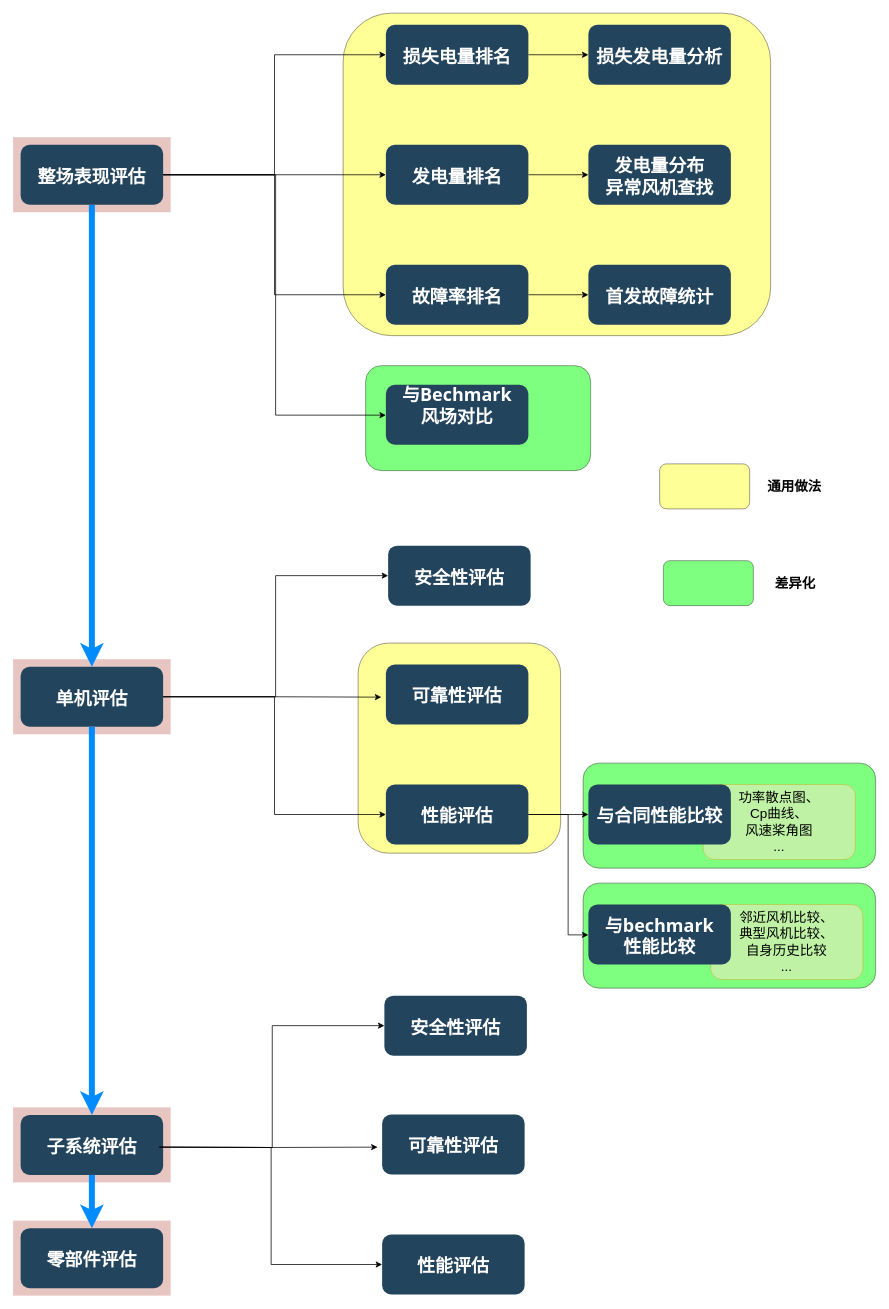
Above: soft/dataprocess/diagram/功能逻辑图.drawio in leeyongxin/wind (draw.io), before the change. Source tidied: cells renumbered, new cells numbered last; positions are measured from the earlier drawing's top-left corner, leaving out a move shared by most shapes. Both pictures are drawn from the tidied source at 75%, with x=0, y=0 at pixel (13, 13).
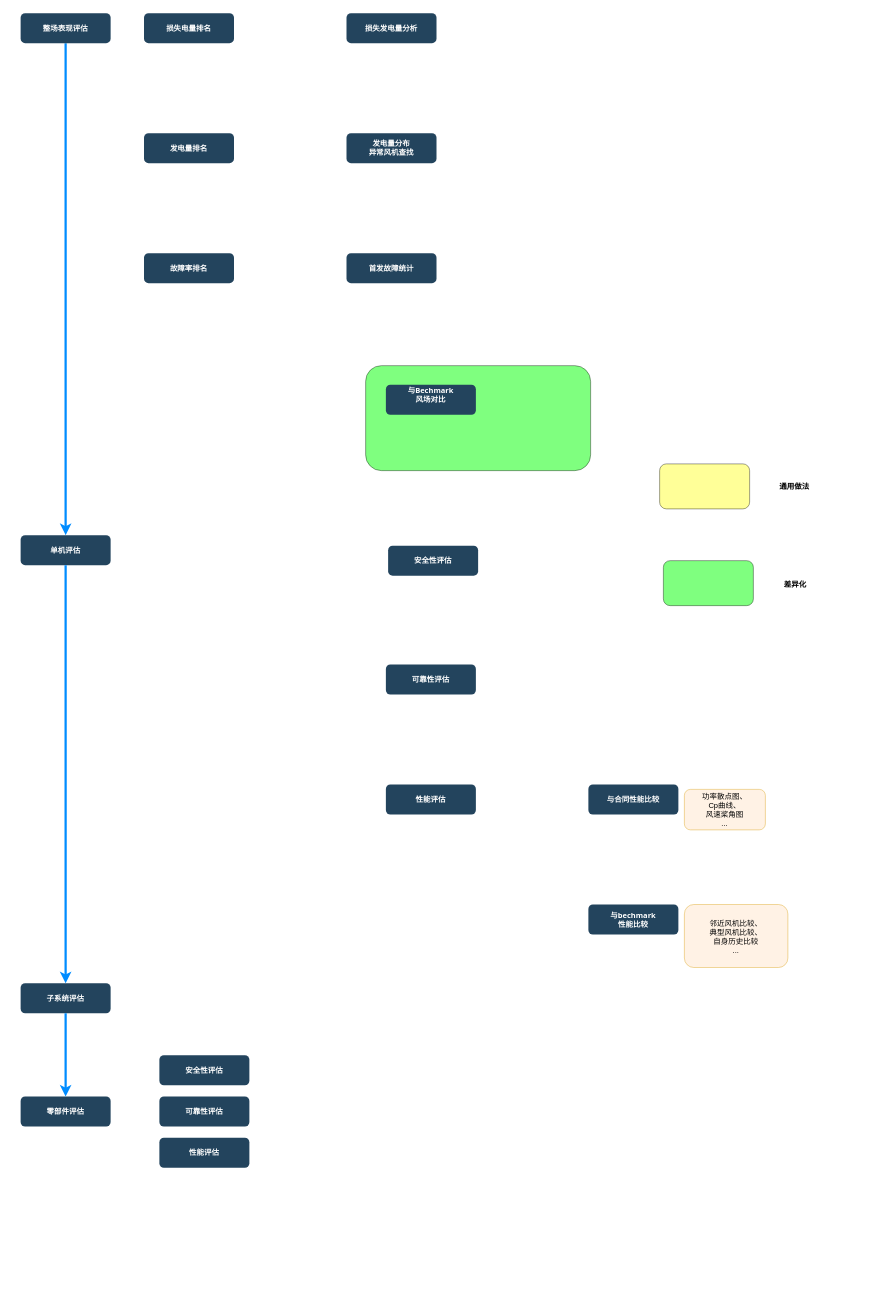
The same page after the edit.

Commit message:
Update 功能逻辑图.drawio

Change to the diagram source:
```diff
@@
-    <mxCell id="2" style="rounded=1;whiteSpace=wrap;html=1;fillColor=#FFFF33;gradientColor=none;fontSize=18;opacity=50;" parent="1" vertex="1">
-      <mxGeometry x="460" y="840" width="270" height="280" as="geometry" />
-    </mxCell>
-    <mxCell id="3" style="rounded=1;whiteSpace=wrap;html=1;fillColor=#00FF00;gradientColor=none;fontSize=18;opacity=50;" parent="1" vertex="1">
-      <mxGeometry x="760" y="1160" width="390" height="140" as="geometry" />
-    </mxCell>
-    <mxCell id="4" value="&lt;div&gt;邻近风机比较、&lt;/div&gt;&lt;div&gt;典型风机比较、&lt;/div&gt;&lt;div&gt;自身历史比较&lt;br&gt;&lt;/div&gt;&lt;div&gt;...&lt;br&gt;&lt;/div&gt;" style="rounded=1;whiteSpace=wrap;html=1;fillColor=#ffe6cc;fontSize=18;opacity=50;strokeColor=#d79b00;" parent="1" vertex="1">
-      <mxGeometry x="930" y="1188.5" width="203" height="100" as="geometry" />
+    <mxCell id="4" value="&lt;div style=&quot;font-size: 10px;&quot;&gt;邻近风机比较、&lt;/div&gt;&lt;div style=&quot;font-size: 10px;&quot;&gt;典型风机比较、&lt;/div&gt;&lt;div style=&quot;font-size: 10px;&quot;&gt;自身历史比较&lt;br style=&quot;font-size: 10px;&quot;&gt;&lt;/div&gt;&lt;div style=&quot;font-size: 10px;&quot;&gt;...&lt;br style=&quot;font-size: 10px;&quot;&gt;&lt;/div&gt;" style="rounded=1;whiteSpace=wrap;html=1;fillColor=#ffe6cc;fontSize=10;opacity=50;strokeColor=#d79b00;" parent="1" vertex="1">
+      <mxGeometry x="895" y="1188.5" width="138" height="84" as="geometry" />
     </mxCell>
-    <mxCell id="5" style="rounded=1;whiteSpace=wrap;html=1;fillColor=#00FF00;gradientColor=none;fontSize=18;opacity=50;" parent="1" vertex="1">
+    <mxCell id="5" style="rounded=1;whiteSpace=wrap;html=1;fillColor=#00FF00;gradientColor=none;fontSize=10;opacity=50;" parent="1" vertex="1">
       <mxGeometry x="470" y="470" width="300" height="140" as="geometry" />
     </mxCell>
-    <mxCell id="6" style="rounded=1;whiteSpace=wrap;html=1;fillColor=#00FF00;gradientColor=none;fontSize=18;opacity=50;" parent="1" vertex="1">
-      <mxGeometry x="760" y="1000" width="390" height="140" as="geometry" />
-    </mxCell>
-    <mxCell id="7" value="&lt;div&gt;功率散点图、&lt;/div&gt;&lt;div&gt;Cp曲线、&lt;/div&gt;&lt;div&gt;风速桨角图&lt;/div&gt;&lt;div&gt;...&lt;br&gt;&lt;/div&gt;" style="rounded=1;whiteSpace=wrap;html=1;fillColor=#ffe6cc;fontSize=18;opacity=50;strokeColor=#d79b00;" parent="1" vertex="1">
-      <mxGeometry x="920" y="1028.5" width="203" height="100" as="geometry" />
+    <mxCell id="7" value="&lt;div style=&quot;font-size: 10px;&quot;&gt;功率散点图、&lt;/div&gt;&lt;div style=&quot;font-size: 10px;&quot;&gt;Cp曲线、&lt;/div&gt;&lt;div style=&quot;font-size: 10px;&quot;&gt;风速桨角图&lt;/div&gt;&lt;div style=&quot;font-size: 10px;&quot;&gt;...&lt;br style=&quot;font-size: 10px;&quot;&gt;&lt;/div&gt;" style="rounded=1;whiteSpace=wrap;html=1;fillColor=#ffe6cc;fontSize=10;opacity=50;strokeColor=#d79b00;" parent="1" vertex="1">
+      <mxGeometry x="895" y="1035" width="108" height="54" as="geometry" />
     </mxCell>
-    <mxCell id="8" style="rounded=1;whiteSpace=wrap;html=1;fillColor=#FFFF33;gradientColor=none;fontSize=18;opacity=50;" parent="1" vertex="1">
-      <mxGeometry x="440" width="570" height="430" as="geometry" />
-    </mxCell>
-    <mxCell id="9" style="fillColor=#AE4132;strokeColor=none;opacity=30;fontSize=24;" parent="1" vertex="1">
-      <mxGeometry y="1610" width="210" height="100" as="geometry" />
-    </mxCell>
-    <mxCell id="10" style="fillColor=#AE4132;strokeColor=none;opacity=30;fontSize=24;" parent="1" vertex="1">
-      <mxGeometry y="1459" width="210" height="100" as="geometry" />
-    </mxCell>
-    <mxCell id="11" style="fillColor=#AE4132;strokeColor=none;opacity=30;fontSize=24;" parent="1" vertex="1">
-      <mxGeometry y="861.5" width="210" height="100" as="geometry" />
-    </mxCell>
-    <mxCell id="12" style="fillColor=#AE4132;strokeColor=none;opacity=30;fontSize=24;" parent="1" vertex="1">
-      <mxGeometry y="165.5" width="210" height="100" as="geometry" />
-    </mxCell>
-    <mxCell id="13" style="edgeStyle=orthogonalEdgeStyle;rounded=0;jettySize=auto;html=1;fontSize=24;" parent="1" edge="1" source="15" target="29">
-      <mxGeometry relative="1" as="geometry" />
-    </mxCell>
-    <mxCell id="14" style="edgeStyle=orthogonalEdgeStyle;rounded=0;jettySize=auto;html=1;fontSize=24;strokeWidth=8;strokeColor=#008CFF;" parent="1" edge="1" source="15" target="17">
+    <mxCell id="14" style="edgeStyle=orthogonalEdgeStyle;rounded=0;jettySize=auto;html=1;fontSize=10;strokeWidth=3;strokeColor=#008CFF;" parent="1" edge="1" source="15" target="17">
       <mxGeometry relative="1" as="geometry" />
     </mxCell>
-    <mxCell id="15" value="整场表现评估" style="rounded=1;fillColor=#23445D;gradientColor=none;strokeColor=none;fontColor=#FFFFFF;fontStyle=1;fontFamily=Tahoma;fontSize=24;" parent="1" vertex="1">
-      <mxGeometry x="10" y="175.5" width="190" height="80" as="geometry" />
+    <mxCell id="15" value="整场表现评估" style="rounded=1;fillColor=#23445D;gradientColor=none;strokeColor=none;fontColor=#FFFFFF;fontStyle=1;fontFamily=Tahoma;fontSize=10;" parent="1" vertex="1">
+      <mxGeometry x="10" width="120" height="40" as="geometry" />
     </mxCell>
-    <mxCell id="16" style="edgeStyle=orthogonalEdgeStyle;rounded=0;jettySize=auto;html=1;fontSize=24;entryX=-0.032;entryY=0.544;entryDx=0;entryDy=0;entryPerimeter=0;" parent="1" edge="1" source="17" target="20">
-      <mxGeometry relative="1" as="geometry" />
-    </mxCell>
-    <mxCell id="17" value="单机评估" style="rounded=1;fillColor=#23445D;gradientColor=none;strokeColor=none;fontColor=#FFFFFF;fontStyle=1;fontFamily=Tahoma;fontSize=24;" parent="1" vertex="1">
-      <mxGeometry x="10" y="871.5" width="190" height="80" as="geometry" />
+    <mxCell id="17" value="单机评估" style="rounded=1;fillColor=#23445D;gradientColor=none;strokeColor=none;fontColor=#FFFFFF;fontStyle=1;fontFamily=Tahoma;fontSize=10;" parent="1" vertex="1">
+      <mxGeometry x="10" y="696" width="120" height="40" as="geometry" />
     </mxCell>
-    <mxCell id="18" value="安全性评估" style="rounded=1;fillColor=#23445D;gradientColor=none;strokeColor=none;fontColor=#FFFFFF;fontStyle=1;fontFamily=Tahoma;fontSize=24;" parent="1" vertex="1">
-      <mxGeometry x="500" y="710" width="190" height="80" as="geometry" />
+    <mxCell id="18" value="安全性评估" style="rounded=1;fillColor=#23445D;gradientColor=none;strokeColor=none;fontColor=#FFFFFF;fontStyle=1;fontFamily=Tahoma;fontSize=10;imageWidth=24;" parent="1" vertex="1">
+      <mxGeometry x="500" y="710" width="120" height="40" as="geometry" />
     </mxCell>
-    <mxCell id="19" style="edgeStyle=orthogonalEdgeStyle;rounded=0;jettySize=auto;html=1;strokeColor=#000000;strokeWidth=1;fontSize=24;entryX=0;entryY=0.5;entryDx=0;entryDy=0;" parent="1" edge="1" source="17" target="22">
-      <mxGeometry relative="1" as="geometry" />
-    </mxCell>
-    <mxCell id="20" value="可靠性评估" style="rounded=1;fillColor=#23445D;gradientColor=none;strokeColor=none;fontColor=#FFFFFF;fontStyle=1;fontFamily=Tahoma;fontSize=24;" parent="1" vertex="1">
-      <mxGeometry x="497" y="868.5" width="190" height="80" as="geometry" />
+    <mxCell id="20" value="可靠性评估" style="rounded=1;fillColor=#23445D;gradientColor=none;strokeColor=none;fontColor=#FFFFFF;fontStyle=1;fontFamily=Tahoma;fontSize=10;imageWidth=24;" parent="1" vertex="1">
+      <mxGeometry x="497" y="868.5" width="120" height="40" as="geometry" />
     </mxCell>
-    <mxCell id="21" style="edgeStyle=orthogonalEdgeStyle;rounded=0;jettySize=auto;html=1;fontSize=18;" parent="1" edge="1" source="22" target="24">
-      <mxGeometry relative="1" as="geometry" />
-    </mxCell>
-    <mxCell id="22" value="性能评估" style="rounded=1;fillColor=#23445D;gradientColor=none;strokeColor=none;fontColor=#FFFFFF;fontStyle=1;fontFamily=Tahoma;fontSize=24;" parent="1" vertex="1">
-      <mxGeometry x="497" y="1028.5" width="190" height="80" as="geometry" />
+    <mxCell id="22" value="性能评估" style="rounded=1;fillColor=#23445D;gradientColor=none;strokeColor=none;fontColor=#FFFFFF;fontStyle=1;fontFamily=Tahoma;fontSize=10;imageWidth=24;" parent="1" vertex="1">
+      <mxGeometry x="497" y="1028.5" width="120" height="40" as="geometry" />
     </mxCell>
-    <mxCell id="23" style="edgeStyle=orthogonalEdgeStyle;rounded=0;jettySize=auto;html=1;fontSize=18;" parent="1" edge="1" source="22" target="25">
-      <mxGeometry relative="1" as="geometry">
-        <Array as="points">
-          <mxPoint x="740" y="1069" />
-          <mxPoint x="740" y="1229" />
-        </Array>
-      </mxGeometry>
-    </mxCell>
-    <mxCell id="24" value="与合同性能比较" style="rounded=1;fillColor=#23445D;gradientColor=none;strokeColor=none;fontColor=#FFFFFF;fontStyle=1;fontFamily=Tahoma;fontSize=24;" parent="1" vertex="1">
-      <mxGeometry x="767" y="1028.5" width="190" height="80" as="geometry" />
+    <mxCell id="24" value="与合同性能比较" style="rounded=1;fillColor=#23445D;gradientColor=none;strokeColor=none;fontColor=#FFFFFF;fontStyle=1;fontFamily=Tahoma;fontSize=10;imageWidth=24;" parent="1" vertex="1">
+      <mxGeometry x="767" y="1028.5" width="120" height="40" as="geometry" />
     </mxCell>
-    <mxCell id="25" value="与bechmark&#10;性能比较" style="rounded=1;fillColor=#23445D;gradientColor=none;strokeColor=none;fontColor=#FFFFFF;fontStyle=1;fontFamily=Tahoma;fontSize=24;" parent="1" vertex="1">
-      <mxGeometry x="767" y="1188.5" width="190" height="80" as="geometry" />
+    <mxCell id="25" value="与bechmark&#10;性能比较" style="rounded=1;fillColor=#23445D;gradientColor=none;strokeColor=none;fontColor=#FFFFFF;fontStyle=1;fontFamily=Tahoma;fontSize=10;imageWidth=24;" parent="1" vertex="1">
+      <mxGeometry x="767" y="1188.5" width="120" height="40" as="geometry" />
     </mxCell>
-    <mxCell id="26" value="子系统评估" style="rounded=1;fillColor=#23445D;gradientColor=none;strokeColor=none;fontColor=#FFFFFF;fontStyle=1;fontFamily=Tahoma;fontSize=24;" parent="1" vertex="1">
-      <mxGeometry x="10" y="1469" width="190" height="80" as="geometry" />
+    <mxCell id="26" value="子系统评估" style="rounded=1;fillColor=#23445D;gradientColor=none;strokeColor=none;fontColor=#FFFFFF;fontStyle=1;fontFamily=Tahoma;fontSize=10;imageWidth=24;" parent="1" vertex="1">
+      <mxGeometry x="10" y="1293.5" width="120" height="40" as="geometry" />
     </mxCell>
-    <mxCell id="27" value="零部件评估" style="rounded=1;fillColor=#23445D;gradientColor=none;strokeColor=none;fontColor=#FFFFFF;fontStyle=1;fontFamily=Tahoma;fontSize=24;" parent="1" vertex="1">
-      <mxGeometry x="10" y="1620" width="190" height="80" as="geometry" />
+    <mxCell id="27" value="零部件评估" style="rounded=1;fillColor=#23445D;gradientColor=none;strokeColor=none;fontColor=#FFFFFF;fontStyle=1;fontFamily=Tahoma;fontSize=10;imageWidth=24;" parent="1" vertex="1">
+      <mxGeometry x="10" y="1444.5" width="120" height="40" as="geometry" />
     </mxCell>
-    <mxCell id="28" style="edgeStyle=orthogonalEdgeStyle;rounded=0;jettySize=auto;html=1;" parent="1" edge="1" source="29" target="30">
-      <mxGeometry relative="1" as="geometry" />
-    </mxCell>
-    <mxCell id="29" value="发电量排名" style="rounded=1;fillColor=#23445D;gradientColor=none;strokeColor=none;fontColor=#FFFFFF;fontStyle=1;fontFamily=Tahoma;fontSize=24;" parent="1" vertex="1">
-      <mxGeometry x="497" y="175.5" width="190" height="80" as="geometry" />
+    <mxCell id="29" value="发电量排名" style="rounded=1;fillColor=#23445D;gradientColor=none;strokeColor=none;fontColor=#FFFFFF;fontStyle=1;fontFamily=Tahoma;fontSize=10;imageWidth=24;" parent="1" vertex="1">
+      <mxGeometry x="174.5" y="160" width="120" height="40" as="geometry" />
     </mxCell>
-    <mxCell id="30" value="发电量分布&#10;异常风机查找" style="rounded=1;fillColor=#23445D;gradientColor=none;strokeColor=none;fontColor=#FFFFFF;fontStyle=1;fontFamily=Tahoma;fontSize=24;" parent="1" vertex="1">
-      <mxGeometry x="767" y="175.5" width="190" height="80" as="geometry" />
+    <mxCell id="30" value="发电量分布&#10;异常风机查找" style="rounded=1;fillColor=#23445D;gradientColor=none;strokeColor=none;fontColor=#FFFFFF;fontStyle=1;fontFamily=Tahoma;fontSize=10;imageWidth=24;" parent="1" vertex="1">
+      <mxGeometry x="444.5" y="160" width="120" height="40" as="geometry" />
     </mxCell>
-    <mxCell id="31" style="edgeStyle=orthogonalEdgeStyle;rounded=0;jettySize=auto;html=1;" parent="1" edge="1" source="32" target="33">
-      <mxGeometry relative="1" as="geometry" />
-    </mxCell>
-    <mxCell id="32" value="损失电量排名" style="rounded=1;fillColor=#23445D;gradientColor=none;strokeColor=none;fontColor=#FFFFFF;fontStyle=1;fontFamily=Tahoma;fontSize=24;" parent="1" vertex="1">
-      <mxGeometry x="497" y="15.5" width="190" height="80" as="geometry" />
+    <mxCell id="32" value="损失电量排名" style="rounded=1;fillColor=#23445D;gradientColor=none;strokeColor=none;fontColor=#FFFFFF;fontStyle=1;fontFamily=Tahoma;fontSize=10;imageWidth=24;" parent="1" vertex="1">
+      <mxGeometry x="174.5" width="120" height="40" as="geometry" />
     </mxCell>
-    <mxCell id="33" value="损失发电量分析" style="rounded=1;fillColor=#23445D;gradientColor=none;strokeColor=none;fontColor=#FFFFFF;fontStyle=1;fontFamily=Tahoma;fontSize=24;" parent="1" vertex="1">
-      <mxGeometry x="767" y="15.5" width="190" height="80" as="geometry" />
+    <mxCell id="33" value="损失发电量分析" style="rounded=1;fillColor=#23445D;gradientColor=none;strokeColor=none;fontColor=#FFFFFF;fontStyle=1;fontFamily=Tahoma;fontSize=10;imageWidth=24;" parent="1" vertex="1">
+      <mxGeometry x="444.5" width="120" height="40" as="geometry" />
     </mxCell>
-    <mxCell id="34" style="edgeStyle=orthogonalEdgeStyle;rounded=0;jettySize=auto;html=1;" parent="1" edge="1" source="36" target="38">
-      <mxGeometry relative="1" as="geometry" />
-    </mxCell>
-    <mxCell id="35" style="edgeStyle=orthogonalEdgeStyle;rounded=0;jettySize=auto;html=1;exitX=1;exitY=0.5;exitDx=0;exitDy=0;" parent="1" edge="1" source="15" target="37">
-      <mxGeometry relative="1" as="geometry">
-        <Array as="points">
-          <mxPoint x="350" y="216" />
-          <mxPoint x="350" y="536" />
-        </Array>
-      </mxGeometry>
-    </mxCell>
-    <mxCell id="36" value="故障率排名" style="rounded=1;fillColor=#23445D;gradientColor=none;strokeColor=none;fontColor=#FFFFFF;fontStyle=1;fontFamily=Tahoma;fontSize=24;" parent="1" vertex="1">
-      <mxGeometry x="497" y="335.5" width="190" height="80" as="geometry" />
+    <mxCell id="36" value="故障率排名" style="rounded=1;fillColor=#23445D;gradientColor=none;strokeColor=none;fontColor=#FFFFFF;fontStyle=1;fontFamily=Tahoma;fontSize=10;imageWidth=24;" parent="1" vertex="1">
+      <mxGeometry x="174.5" y="320" width="120" height="40" as="geometry" />
     </mxCell>
-    <mxCell id="37" value="与Bechmark&#10;风场对比&#10;" style="rounded=1;fillColor=#23445D;gradientColor=none;strokeColor=none;fontColor=#FFFFFF;fontStyle=1;fontFamily=Tahoma;fontSize=24;" parent="1" vertex="1">
-      <mxGeometry x="497" y="495.5" width="190" height="80" as="geometry" />
+    <mxCell id="37" value="与Bechmark&#10;风场对比&#10;" style="rounded=1;fillColor=#23445D;gradientColor=none;strokeColor=none;fontColor=#FFFFFF;fontStyle=1;fontFamily=Tahoma;fontSize=10;imageWidth=24;" parent="1" vertex="1">
+      <mxGeometry x="497" y="495.5" width="120" height="40" as="geometry" />
     </mxCell>
-    <mxCell id="38" value="首发故障统计" style="rounded=1;fillColor=#23445D;gradientColor=none;strokeColor=none;fontColor=#FFFFFF;fontStyle=1;fontFamily=Tahoma;fontSize=24;" parent="1" vertex="1">
-      <mxGeometry x="767" y="335.5" width="190" height="80" as="geometry" />
+    <mxCell id="38" value="首发故障统计" style="rounded=1;fillColor=#23445D;gradientColor=none;strokeColor=none;fontColor=#FFFFFF;fontStyle=1;fontFamily=Tahoma;fontSize=10;imageWidth=24;" parent="1" vertex="1">
+      <mxGeometry x="444.5" y="320" width="120" height="40" as="geometry" />
     </mxCell>
-    <mxCell id="39" style="edgeStyle=orthogonalEdgeStyle;rounded=0;jettySize=auto;html=1;fontSize=24;strokeWidth=8;strokeColor=#008CFF;exitX=0.5;exitY=1;exitDx=0;exitDy=0;" parent="1" edge="1" source="17" target="26">
+    <mxCell id="39" style="edgeStyle=orthogonalEdgeStyle;rounded=0;jettySize=auto;html=1;fontSize=10;strokeWidth=3;strokeColor=#008CFF;exitX=0.5;exitY=1;exitDx=0;exitDy=0;" parent="1" edge="1" source="17" target="26">
       <mxGeometry relative="1" as="geometry" />
     </mxCell>
-    <mxCell id="40" style="edgeStyle=orthogonalEdgeStyle;rounded=0;jettySize=auto;html=1;fontSize=24;strokeWidth=8;strokeColor=#008CFF;exitX=0.5;exitY=1;exitDx=0;exitDy=0;entryX=0.5;entryY=0;entryDx=0;entryDy=0;" parent="1" edge="1" source="26" target="27">
+    <mxCell id="40" style="edgeStyle=orthogonalEdgeStyle;rounded=0;jettySize=auto;html=1;fontSize=10;strokeWidth=3;strokeColor=#008CFF;exitX=0.5;exitY=1;exitDx=0;exitDy=0;entryX=0.5;entryY=0;entryDx=0;entryDy=0;" parent="1" edge="1" source="26" target="27">
       <mxGeometry relative="1" as="geometry" />
     </mxCell>
-    <mxCell id="41" style="edgeStyle=orthogonalEdgeStyle;rounded=0;jettySize=auto;html=1;entryX=0;entryY=0.5;entryDx=0;entryDy=0;exitX=1;exitY=0.5;exitDx=0;exitDy=0;fontSize=24;" parent="1" edge="1" source="15" target="36">
-      <mxGeometry relative="1" as="geometry" />
-    </mxCell>
-    <mxCell id="42" style="edgeStyle=orthogonalEdgeStyle;rounded=0;jettySize=auto;html=1;entryX=0;entryY=0.5;entryDx=0;entryDy=0;fontSize=24;" parent="1" edge="1" source="15" target="32">
-      <mxGeometry relative="1" as="geometry" />
-    </mxCell>
-    <mxCell id="43" style="edgeStyle=orthogonalEdgeStyle;rounded=0;jettySize=auto;html=1;fontSize=24;entryX=0;entryY=0.5;entryDx=0;entryDy=0;exitX=1;exitY=0.5;exitDx=0;exitDy=0;" parent="1" edge="1" source="17" target="18">
-      <mxGeometry relative="1" as="geometry" />
-    </mxCell>
-    <mxCell id="44" value="通用做法" style="text;html=1;strokeColor=none;fillColor=none;align=center;verticalAlign=middle;whiteSpace=wrap;rounded=0;fontSize=18;fontStyle=1;" parent="1" vertex="1">
+    <mxCell id="44" value="通用做法" style="text;html=1;strokeColor=none;fillColor=none;align=center;verticalAlign=middle;whiteSpace=wrap;rounded=0;fontSize=10;fontStyle=1;" parent="1" vertex="1">
       <mxGeometry x="972" y="621" width="140" height="20" as="geometry" />
     </mxCell>
-    <mxCell id="45" value="差异化" style="text;html=1;strokeColor=none;fillColor=none;align=center;verticalAlign=middle;whiteSpace=wrap;rounded=0;fontSize=18;fontStyle=1;" parent="1" vertex="1">
+    <mxCell id="45" value="差异化" style="text;html=1;strokeColor=none;fillColor=none;align=center;verticalAlign=middle;whiteSpace=wrap;rounded=0;fontSize=10;fontStyle=1;" parent="1" vertex="1">
       <mxGeometry x="973" y="751" width="140" height="20" as="geometry" />
     </mxCell>
-    <mxCell id="46" style="rounded=1;whiteSpace=wrap;html=1;fillColor=#FFFF33;gradientColor=none;fontSize=18;opacity=50;" parent="1" vertex="1">
+    <mxCell id="46" style="rounded=1;whiteSpace=wrap;html=1;fillColor=#FFFF33;gradientColor=none;fontSize=10;opacity=50;" parent="1" vertex="1">
       <mxGeometry x="862" y="601" width="120" height="60" as="geometry" />
     </mxCell>
-    <mxCell id="47" style="rounded=1;whiteSpace=wrap;html=1;fillColor=#00FF00;gradientColor=none;fontSize=18;opacity=50;" parent="1" vertex="1">
+    <mxCell id="47" style="rounded=1;whiteSpace=wrap;html=1;fillColor=#00FF00;gradientColor=none;fontSize=10;opacity=50;" parent="1" vertex="1">
       <mxGeometry x="867" y="730" width="120" height="60" as="geometry" />
     </mxCell>
-    <mxCell id="48" style="edgeStyle=orthogonalEdgeStyle;rounded=0;jettySize=auto;html=1;fontSize=24;entryX=-0.032;entryY=0.544;entryDx=0;entryDy=0;entryPerimeter=0;" parent="1" edge="1" target="51">
-      <mxGeometry relative="1" as="geometry">
-        <mxPoint x="195" y="1512" as="sourcePoint" />
-      </mxGeometry>
-    </mxCell>
-    <mxCell id="49" value="安全性评估" style="rounded=1;fillColor=#23445D;gradientColor=none;strokeColor=none;fontColor=#FFFFFF;fontStyle=1;fontFamily=Tahoma;fontSize=24;" parent="1" vertex="1">
-      <mxGeometry x="495" y="1310" width="190" height="80" as="geometry" />
+    <mxCell id="49" value="安全性评估" style="rounded=1;fillColor=#23445D;gradientColor=none;strokeColor=none;fontColor=#FFFFFF;fontStyle=1;fontFamily=Tahoma;fontSize=10;imageWidth=24;" parent="1" vertex="1">
+      <mxGeometry x="195" y="1389.5" width="120" height="40" as="geometry" />
     </mxCell>
-    <mxCell id="50" style="edgeStyle=orthogonalEdgeStyle;rounded=0;jettySize=auto;html=1;strokeColor=#000000;strokeWidth=1;fontSize=24;entryX=0;entryY=0.5;entryDx=0;entryDy=0;" parent="1" edge="1" target="52">
-      <mxGeometry relative="1" as="geometry">
-        <mxPoint x="195" y="1512" as="sourcePoint" />
-      </mxGeometry>
-    </mxCell>
-    <mxCell id="51" value="可靠性评估" style="rounded=1;fillColor=#23445D;gradientColor=none;strokeColor=none;fontColor=#FFFFFF;fontStyle=1;fontFamily=Tahoma;fontSize=24;" parent="1" vertex="1">
-      <mxGeometry x="492" y="1468.5" width="190" height="80" as="geometry" />
+    <mxCell id="51" value="可靠性评估" style="rounded=1;fillColor=#23445D;gradientColor=none;strokeColor=none;fontColor=#FFFFFF;fontStyle=1;fontFamily=Tahoma;fontSize=10;imageWidth=24;" parent="1" vertex="1">
+      <mxGeometry x="195" y="1444.5" width="120" height="40" as="geometry" />
     </mxCell>
-    <mxCell id="52" value="性能评估" style="rounded=1;fillColor=#23445D;gradientColor=none;strokeColor=none;fontColor=#FFFFFF;fontStyle=1;fontFamily=Tahoma;fontSize=24;" parent="1" vertex="1">
-      <mxGeometry x="492" y="1628.5" width="190" height="80" as="geometry" />
+    <mxCell id="52" value="性能评估" style="rounded=1;fillColor=#23445D;gradientColor=none;strokeColor=none;fontColor=#FFFFFF;fontStyle=1;fontFamily=Tahoma;fontSize=10;imageWidth=24;" parent="1" vertex="1">
+      <mxGeometry x="195" y="1499.5" width="120" height="40" as="geometry" />
     </mxCell>
-    <mxCell id="53" style="edgeStyle=orthogonalEdgeStyle;rounded=0;jettySize=auto;html=1;fontSize=24;entryX=0;entryY=0.5;entryDx=0;entryDy=0;" parent="1" edge="1" target="49">
-      <mxGeometry relative="1" as="geometry">
-        <mxPoint x="195" y="1512" as="sourcePoint" />
-      </mxGeometry>
-    </mxCell>
```
